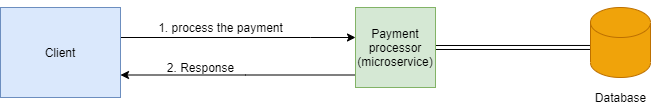
bhattharishbvp/kafka keeps this draw.io diagram as payment_processor_microservice.png. Above is the earlier version. Source tidied: cells renumbered, new cells last; positions are measured from the earlier drawing's top-left corner, leaving out a move shared by most shapes.
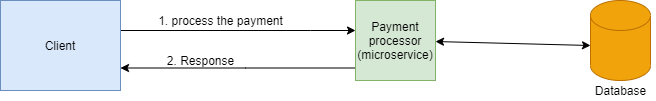
The same file after the commit.

What changed in the source:
```diff
@@ -20,9 +20,6 @@
         </Array>
       </mxGeometry>
     </mxCell>
-    <mxCell id="5" style="edgeStyle=none;shape=link;rounded=0;jettySize=auto;html=1;exitX=1;exitY=0.5;exitDx=0;exitDy=0;entryX=0;entryY=0.571;entryDx=0;entryDy=0;entryPerimeter=0;" parent="1" edge="1" source="6" target="10">
-      <mxGeometry relative="1" as="geometry" />
-    </mxCell>
     <mxCell id="6" value="Payment processor (microservice)" style="whiteSpace=wrap;html=1;fillColor=#d5e8d4;strokeColor=#82b366;" parent="1" vertex="1">
       <mxGeometry x="355" width="80" height="80" as="geometry" />
     </mxCell>
@@ -32,16 +29,14 @@
     <mxCell id="8" value="2. Response" style="text;html=1;align=center;verticalAlign=middle;" parent="1" vertex="1">
       <mxGeometry x="160" y="50" width="80" height="20" as="geometry" />
     </mxCell>
-    <mxCell id="9" style="edgeStyle=none;rounded=0;jettySize=auto;html=1;exitX=0.5;exitY=0;exitDx=0;exitDy=0;exitPerimeter=0;" parent="1" edge="1" source="10">
-      <mxGeometry relative="1" as="geometry">
-        <mxPoint x="620" as="targetPoint" />
-      </mxGeometry>
-    </mxCell>
     <mxCell id="10" style="shape=cylinder3;whiteSpace=wrap;html=1;boundedLbl=1;backgroundOutline=1;size=15;fillColor=#f0a30a;strokeColor=#BD7000;fontColor=#ffffff;" parent="1" vertex="1">
-      <mxGeometry x="590" width="60" height="70" as="geometry" />
+      <mxGeometry x="590" width="60" height="80" as="geometry" />
     </mxCell>
     <mxCell id="11" value="Database" style="text;html=1;align=center;verticalAlign=middle;" parent="1" vertex="1">
       <mxGeometry x="585" y="80" width="70" height="20" as="geometry" />
     </mxCell>
+    <mxCell id="12" style="endArrow=classic;startArrow=classic;html=1;rounded=0;exitX=0;exitY=0;exitDx=0;exitDy=45;exitPerimeter=0;" parent="1" edge="1" source="10" target="6">
+      <mxGeometry relative="1" as="geometry" />
+    </mxCell>
   </root>
 </mxGraphModel>
```
